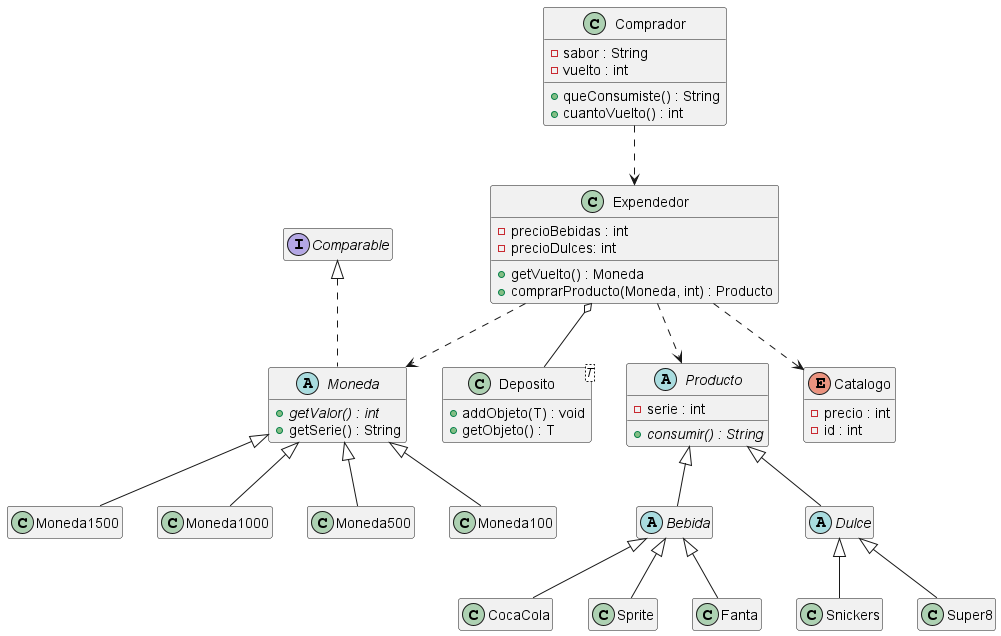
molivas2022/Tarea3 keeps this PlantUML diagram as UML_Imagen.png. Above is the earlier version.
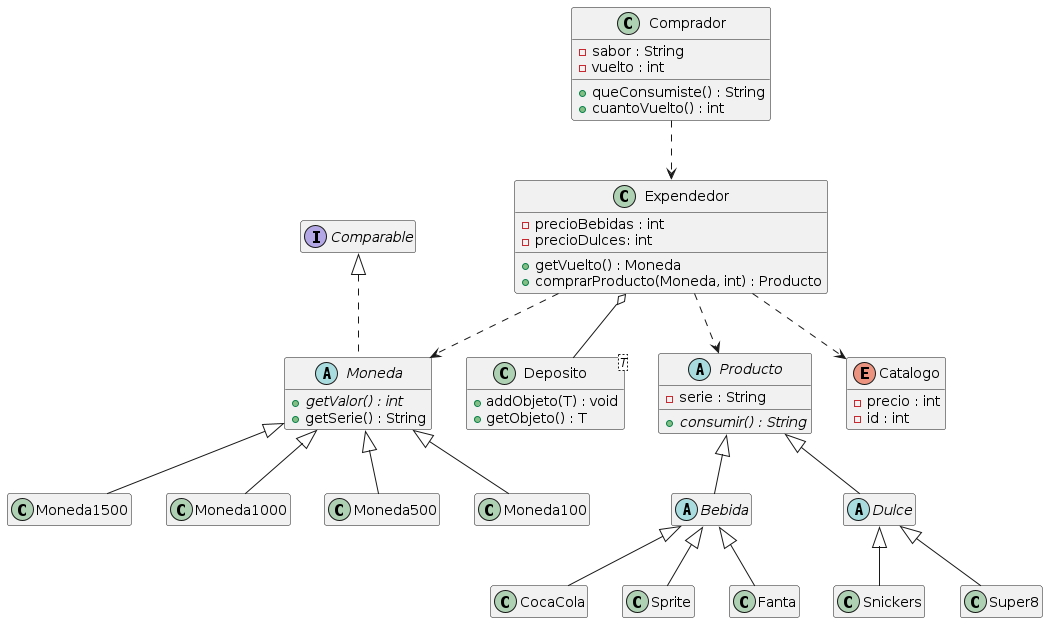
Above is the later version.

Commit message:
Update: Se actualizó el UML y se cambió el nombre de extension a .puml.

Change to the diagram source:
```diff
@@ -1,4 +1,4 @@
-@startuml UML_Imagen
+@startuml
 hide empty methods
 hide empty fields
 
@@ -23,7 +23,7 @@
   {method} + getSerie() : String
 }
 abstract Producto {
-    {field} - serie : int
+    {field} - serie : String
     {method} {abstract} + consumir() : String
 }
 abstract Bebida {
@@ -66,5 +66,4 @@
 Moneda <|-- Moneda500
 Moneda <|-- Moneda1000
 Moneda <|-- Moneda1500
-
 @enduml
```
